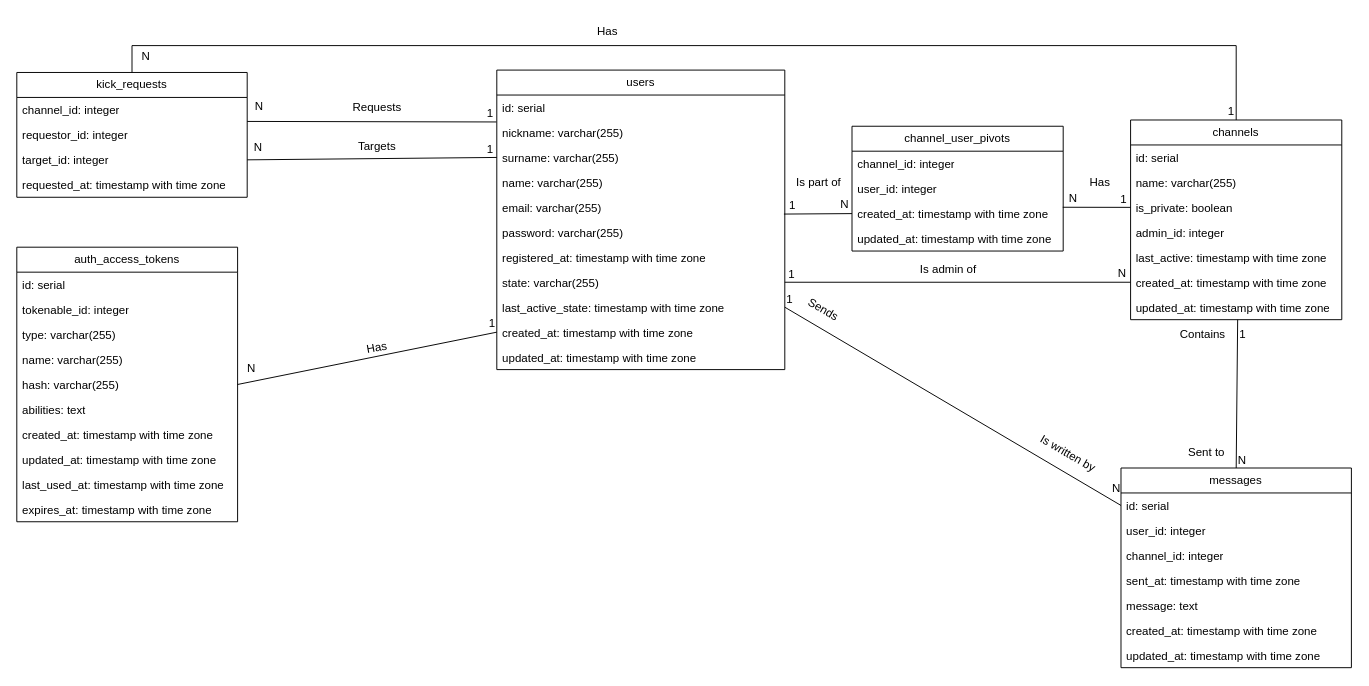
This is page "Physical" (2 of 2) of docs/DBdiagram.drawio from meowiky/VPWA-25-Bukovska-Szabo, a draw.io file, before an edit. Source tidied: cells renumbered, new cells numbered last; positions are measured from the earlier drawing's top-left corner, leaving out a move shared by most shapes. Both pictures are drawn from the tidied source at 96%, with x=0, y=0 at pixel (16, 16).
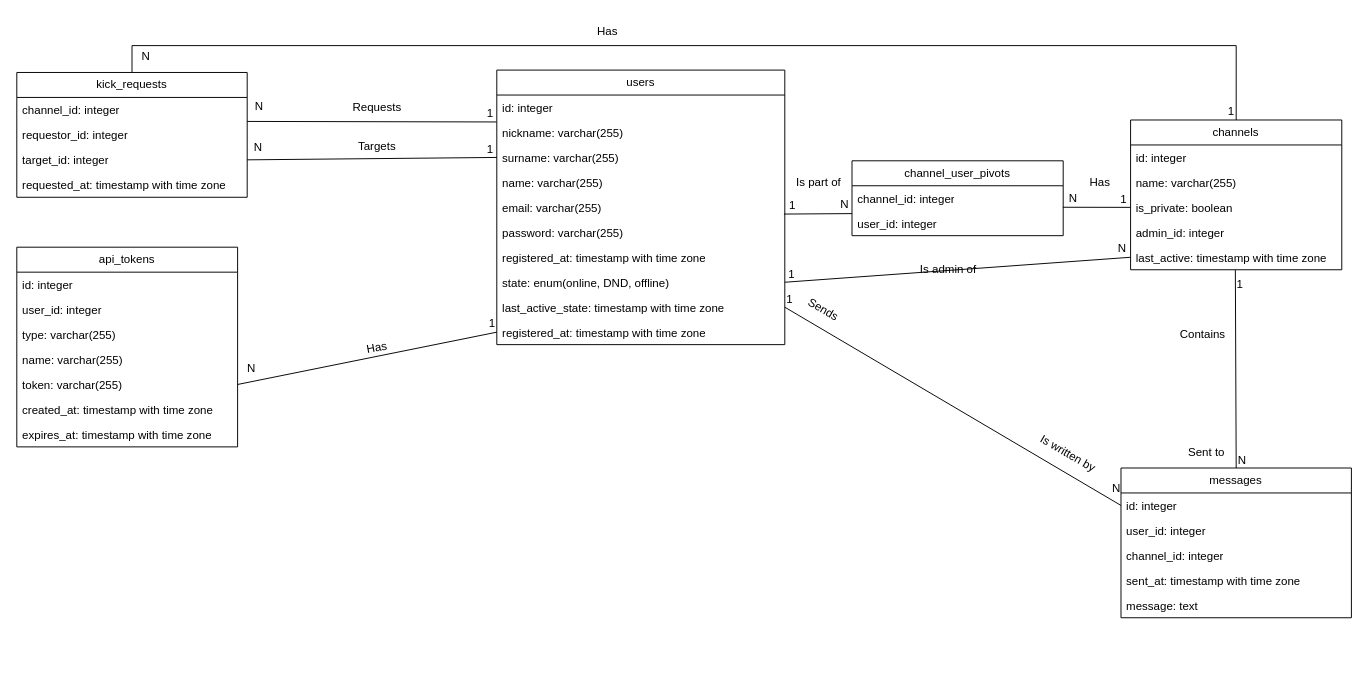
Above is the later version.

Unchanged cells that the change refers to:
```xml
<mxCell id="7" value="email: varchar(255)" style="text;strokeColor=none;fillColor=none;align=left;verticalAlign=top;spacingLeft=4;spacingRight=4;overflow=hidden;points=[[0,0.5],[1,0.5]];portConstraint=eastwest;whiteSpace=wrap;html=1;" parent="2" vertex="1">
  <mxGeometry y="130" width="300" height="26" as="geometry" />
</mxCell>
<mxCell id="17" value="is_private: boolean" style="text;strokeColor=none;fillColor=none;align=left;verticalAlign=top;spacingLeft=4;spacingRight=4;overflow=hidden;points=[[0,0.5],[1,0.5]];portConstraint=eastwest;whiteSpace=wrap;html=1;" parent="14" vertex="1">
  <mxGeometry y="78" width="220" height="26" as="geometry" />
</mxCell>
<mxCell id="19" value="last_active: timestamp with time zone" style="text;strokeColor=none;fillColor=none;align=left;verticalAlign=top;spacingLeft=4;spacingRight=4;overflow=hidden;points=[[0,0.5],[1,0.5]];portConstraint=eastwest;whiteSpace=wrap;html=1;" parent="14" vertex="1">
  <mxGeometry y="130" width="220" height="26" as="geometry" />
</mxCell>
```

What changed in the source:
```diff
@@
     <mxCell id="2" value="users" style="swimlane;fontStyle=0;horizontal=1;startSize=26;fillColor=none;whiteSpace=wrap;html=1;" parent="1" vertex="1">
-      <mxGeometry x="500" y="55.5" width="300" height="312" as="geometry" />
+      <mxGeometry x="500" y="55.5" width="300" height="286" as="geometry" />
     </mxCell>
-    <mxCell id="3" value="id: serial" style="text;strokeColor=none;fillColor=none;align=left;verticalAlign=top;spacingLeft=4;spacingRight=4;overflow=hidden;whiteSpace=wrap;html=1;" parent="2" vertex="1">
+    <mxCell id="3" value="id: integer" style="text;strokeColor=none;fillColor=none;align=left;verticalAlign=top;spacingLeft=4;spacingRight=4;overflow=hidden;whiteSpace=wrap;html=1;" parent="2" vertex="1">
       <mxGeometry y="26" width="300" height="26" as="geometry" />
     </mxCell>
@@
-    <mxCell id="10" value="state: varchar(255)" style="text;strokeColor=none;fillColor=none;align=left;verticalAlign=top;spacingLeft=4;spacingRight=4;overflow=hidden;points=[[0,0.5],[1,0.5]];portConstraint=eastwest;whiteSpace=wrap;html=1;" parent="2" vertex="1">
+    <mxCell id="10" value="state: enum(online, DND, offline)" style="text;strokeColor=none;fillColor=none;align=left;verticalAlign=top;spacingLeft=4;spacingRight=4;overflow=hidden;points=[[0,0.5],[1,0.5]];portConstraint=eastwest;whiteSpace=wrap;html=1;" parent="2" vertex="1">
       <mxGeometry y="208" width="300" height="26" as="geometry" />
     </mxCell>
@@
-    <mxCell id="12" value="created_at: timestamp with time zone" style="text;strokeColor=none;fillColor=none;align=left;verticalAlign=top;spacingLeft=4;spacingRight=4;overflow=hidden;points=[[0,0.5],[1,0.5]];portConstraint=eastwest;whiteSpace=wrap;html=1;" parent="2" vertex="1">
+    <mxCell id="12" value="registered_at: timestamp with time zone" style="text;strokeColor=none;fillColor=none;align=left;verticalAlign=top;spacingLeft=4;spacingRight=4;overflow=hidden;points=[[0,0.5],[1,0.5]];portConstraint=eastwest;whiteSpace=wrap;html=1;" parent="2" vertex="1">
       <mxGeometry y="260" width="300" height="26" as="geometry" />
     </mxCell>
-    <mxCell id="13" value="updated_at: timestamp with time zone" style="text;strokeColor=none;fillColor=none;align=left;verticalAlign=top;spacingLeft=4;spacingRight=4;overflow=hidden;whiteSpace=wrap;html=1;" parent="2" vertex="1">
-      <mxGeometry y="286" width="300" height="26" as="geometry" />
-    </mxCell>
     <mxCell id="14" value="channels" style="swimlane;fontStyle=0;horizontal=1;startSize=26;fillColor=none;whiteSpace=wrap;html=1;" parent="1" vertex="1">
-      <mxGeometry x="1160.2" y="107.5" width="220" height="208" as="geometry" />
+      <mxGeometry x="1160.2" y="107.5" width="220" height="156" as="geometry" />
     </mxCell>
-    <mxCell id="15" value="id: serial" style="text;strokeColor=none;fillColor=none;align=left;verticalAlign=top;spacingLeft=4;spacingRight=4;overflow=hidden;whiteSpace=wrap;html=1;" parent="14" vertex="1">
+    <mxCell id="15" value="id: integer" style="text;strokeColor=none;fillColor=none;align=left;verticalAlign=top;spacingLeft=4;spacingRight=4;overflow=hidden;whiteSpace=wrap;html=1;" parent="14" vertex="1">
       <mxGeometry y="26" width="220" height="26" as="geometry" />
     </mxCell>
@@
-    <mxCell id="20" value="created_at: timestamp with time zone" style="text;strokeColor=none;fillColor=none;align=left;verticalAlign=top;spacingLeft=4;spacingRight=4;overflow=hidden;points=[[0,0.5],[1,0.5]];portConstraint=eastwest;whiteSpace=wrap;html=1;" parent="14" vertex="1">
-      <mxGeometry y="156" width="220" height="26" as="geometry" />
-    </mxCell>
-    <mxCell id="21" value="updated_at: timestamp with time zone" style="text;strokeColor=none;fillColor=none;align=left;verticalAlign=top;spacingLeft=4;spacingRight=4;overflow=hidden;points=[[0,0.5],[1,0.5]];portConstraint=eastwest;whiteSpace=wrap;html=1;" parent="14" vertex="1">
-      <mxGeometry y="182" width="220" height="26" as="geometry" />
-    </mxCell>
     <mxCell id="22" value="messages" style="swimlane;fontStyle=0;horizontal=1;startSize=26;fillColor=none;whiteSpace=wrap;html=1;" parent="1" vertex="1">
-      <mxGeometry x="1150.2" y="470" width="240" height="208" as="geometry" />
+      <mxGeometry x="1150.2" y="470" width="240" height="156" as="geometry" />
     </mxCell>
-    <mxCell id="23" value="id: serial" style="text;strokeColor=none;fillColor=none;align=left;verticalAlign=top;spacingLeft=4;spacingRight=4;overflow=hidden;points=[[0,0.5],[1,0.5]];portConstraint=eastwest;whiteSpace=wrap;html=1;" parent="22" vertex="1">
+    <mxCell id="23" value="id: integer" style="text;strokeColor=none;fillColor=none;align=left;verticalAlign=top;spacingLeft=4;spacingRight=4;overflow=hidden;points=[[0,0.5],[1,0.5]];portConstraint=eastwest;whiteSpace=wrap;html=1;" parent="22" vertex="1">
       <mxGeometry y="26" width="240" height="26" as="geometry" />
     </mxCell>
@@
-    <mxCell id="28" value="created_at: timestamp with time zone" style="text;strokeColor=none;fillColor=none;align=left;verticalAlign=top;spacingLeft=4;spacingRight=4;overflow=hidden;whiteSpace=wrap;html=1;" parent="22" vertex="1">
-      <mxGeometry y="156" width="240" height="26" as="geometry" />
-    </mxCell>
-    <mxCell id="29" value="updated_at: timestamp with time zone" style="text;strokeColor=none;fillColor=none;align=left;verticalAlign=top;spacingLeft=4;spacingRight=4;overflow=hidden;whiteSpace=wrap;html=1;" parent="22" vertex="1">
-      <mxGeometry y="182" width="240" height="26" as="geometry" />
-    </mxCell>
-    <mxCell id="30" style="endArrow=none;html=1;rounded=0;exitX=0.507;exitY=1;exitDx=0;exitDy=0;entryX=0.5;entryY=0;entryDx=0;entryDy=0;exitPerimeter=0;" parent="1" edge="1" source="21" target="22">
+    <mxCell id="30" style="endArrow=none;html=1;rounded=0;exitX=0.496;exitY=1.012;exitDx=0;exitDy=0;entryX=0.5;entryY=0;entryDx=0;entryDy=0;exitPerimeter=0;" parent="1" edge="1" source="19" target="22">
       <mxGeometry relative="1" as="geometry" />
     </mxCell>
@@
-    <mxCell id="40" value="auth_access_tokens" style="swimlane;fontStyle=0;horizontal=1;startSize=26;fillColor=none;whiteSpace=wrap;html=1;" parent="1" vertex="1">
-      <mxGeometry y="240" width="230" height="286" as="geometry" />
+    <mxCell id="40" value="api_tokens" style="swimlane;fontStyle=0;horizontal=1;startSize=26;fillColor=none;whiteSpace=wrap;html=1;" parent="1" vertex="1">
+      <mxGeometry y="240" width="230" height="208" as="geometry" />
     </mxCell>
-    <mxCell id="41" value="id: serial" style="text;strokeColor=none;fillColor=none;align=left;verticalAlign=top;spacingLeft=4;spacingRight=4;overflow=hidden;whiteSpace=wrap;html=1;" parent="40" vertex="1">
+    <mxCell id="41" value="id: integer" style="text;strokeColor=none;fillColor=none;align=left;verticalAlign=top;spacingLeft=4;spacingRight=4;overflow=hidden;whiteSpace=wrap;html=1;" parent="40" vertex="1">
       <mxGeometry y="26" width="230" height="26" as="geometry" />
     </mxCell>
-    <mxCell id="42" value="tokenable_id: integer" style="text;strokeColor=none;fillColor=none;align=left;verticalAlign=top;spacingLeft=4;spacingRight=4;overflow=hidden;whiteSpace=wrap;html=1;" parent="40" vertex="1">
+    <mxCell id="42" value="user_id: integer" style="text;strokeColor=none;fillColor=none;align=left;verticalAlign=top;spacingLeft=4;spacingRight=4;overflow=hidden;whiteSpace=wrap;html=1;" parent="40" vertex="1">
       <mxGeometry y="52" width="230" height="26" as="geometry" />
     </mxCell>
@@
-    <mxCell id="45" value="hash: varchar(255)" style="text;strokeColor=none;fillColor=none;align=left;verticalAlign=top;spacingLeft=4;spacingRight=4;overflow=hidden;points=[[0,0.5],[1,0.5]];portConstraint=eastwest;whiteSpace=wrap;html=1;" parent="40" vertex="1">
+    <mxCell id="45" value="token: varchar(255)" style="text;strokeColor=none;fillColor=none;align=left;verticalAlign=top;spacingLeft=4;spacingRight=4;overflow=hidden;points=[[0,0.5],[1,0.5]];portConstraint=eastwest;whiteSpace=wrap;html=1;" parent="40" vertex="1">
       <mxGeometry y="130" width="230" height="26" as="geometry" />
     </mxCell>
-    <mxCell id="46" value="abilities: text" style="text;strokeColor=none;fillColor=none;align=left;verticalAlign=top;spacingLeft=4;spacingRight=4;overflow=hidden;whiteSpace=wrap;html=1;" parent="40" vertex="1">
-      <mxGeometry y="156" width="230" height="26" as="geometry" />
-    </mxCell>
     <mxCell id="47" value="created_at: timestamp with time zone" style="text;strokeColor=none;fillColor=none;align=left;verticalAlign=top;spacingLeft=4;spacingRight=4;overflow=hidden;whiteSpace=wrap;html=1;" parent="40" vertex="1">
-      <mxGeometry y="182" width="230" height="26" as="geometry" />
+      <mxGeometry y="156" width="230" height="26" as="geometry" />
     </mxCell>
-    <mxCell id="48" value="updated_at: timestamp with time zone" style="text;strokeColor=none;fillColor=none;align=left;verticalAlign=top;spacingLeft=4;spacingRight=4;overflow=hidden;whiteSpace=wrap;html=1;" parent="40" vertex="1">
-      <mxGeometry y="208" width="230" height="26" as="geometry" />
-    </mxCell>
-    <mxCell id="49" value="last_used_at: timestamp with time zone" style="text;strokeColor=none;fillColor=none;align=left;verticalAlign=top;spacingLeft=4;spacingRight=4;overflow=hidden;whiteSpace=wrap;html=1;" parent="40" vertex="1">
-      <mxGeometry y="234" width="230" height="26" as="geometry" />
-    </mxCell>
     <mxCell id="50" value="expires_at: timestamp with time zone" style="text;strokeColor=none;fillColor=none;align=left;verticalAlign=top;spacingLeft=4;spacingRight=4;overflow=hidden;whiteSpace=wrap;html=1;" parent="40" vertex="1">
-      <mxGeometry y="260" width="230" height="26" as="geometry" />
+      <mxGeometry y="182" width="230" height="26" as="geometry" />
     </mxCell>
@@
     <mxCell id="72" value="channel_user_pivots" style="swimlane;fontStyle=0;horizontal=1;startSize=26;fillColor=none;whiteSpace=wrap;html=1;" parent="1" vertex="1">
-      <mxGeometry x="870" y="114" width="220" height="130" as="geometry" />
+      <mxGeometry x="870" y="150" width="220" height="78" as="geometry" />
     </mxCell>
@@
-    <mxCell id="75" value="created_at: timestamp with time zone" style="text;strokeColor=none;fillColor=none;align=left;verticalAlign=top;spacingLeft=4;spacingRight=4;overflow=hidden;points=[[0,0.5],[1,0.5]];portConstraint=eastwest;whiteSpace=wrap;html=1;" parent="72" vertex="1">
-      <mxGeometry y="78" width="220" height="26" as="geometry" />
-    </mxCell>
-    <mxCell id="76" value="updated_at: timestamp with time zone" style="text;strokeColor=none;fillColor=none;align=left;verticalAlign=top;spacingLeft=4;spacingRight=4;overflow=hidden;whiteSpace=wrap;html=1;" parent="72" vertex="1">
-      <mxGeometry y="104" width="220" height="26" as="geometry" />
-    </mxCell>
-    <mxCell id="77" style="endArrow=none;html=1;rounded=0;exitX=0.997;exitY=0.769;exitDx=0;exitDy=0;entryX=0;entryY=0.5;entryDx=0;entryDy=0;exitPerimeter=0;" parent="1" edge="1" source="7" target="75">
-      <mxGeometry relative="1" as="geometry" />
+    <mxCell id="77" style="endArrow=none;html=1;rounded=0;exitX=0.997;exitY=0.769;exitDx=0;exitDy=0;entryX=0;entryY=0.5;entryDx=0;entryDy=0;exitPerimeter=0;" parent="1" edge="1" source="7">
+      <mxGeometry relative="1" as="geometry">
+        <mxPoint x="870" y="205" as="targetPoint" />
+      </mxGeometry>
     </mxCell>
@@
-    <mxCell id="80" style="endArrow=none;html=1;rounded=0;exitX=0;exitY=0.5;exitDx=0;exitDy=0;entryX=0.998;entryY=0.246;entryDx=0;entryDy=0;entryPerimeter=0;" parent="1" edge="1" source="17" target="75">
-      <mxGeometry relative="1" as="geometry" />
+    <mxCell id="80" style="endArrow=none;html=1;rounded=0;exitX=0;exitY=0.5;exitDx=0;exitDy=0;entryX=0.998;entryY=0.246;entryDx=0;entryDy=0;entryPerimeter=0;" parent="1" edge="1" source="17">
+      <mxGeometry relative="1" as="geometry">
+        <mxPoint x="1089.6" y="198.4" as="targetPoint" />
+      </mxGeometry>
     </mxCell>
@@
-    <mxCell id="85" style="endArrow=none;html=1;rounded=0;exitX=1;exitY=0.5;exitDx=0;exitDy=0;entryX=0;entryY=0.5;entryDx=0;entryDy=0;" parent="1" edge="1" source="10" target="20">
+    <mxCell id="85" style="endArrow=none;html=1;rounded=0;exitX=1;exitY=0.5;exitDx=0;exitDy=0;entryX=0;entryY=0.5;entryDx=0;entryDy=0;" parent="1" edge="1" source="10" target="19">
       <mxGeometry relative="1" as="geometry" />
     </mxCell>
```
